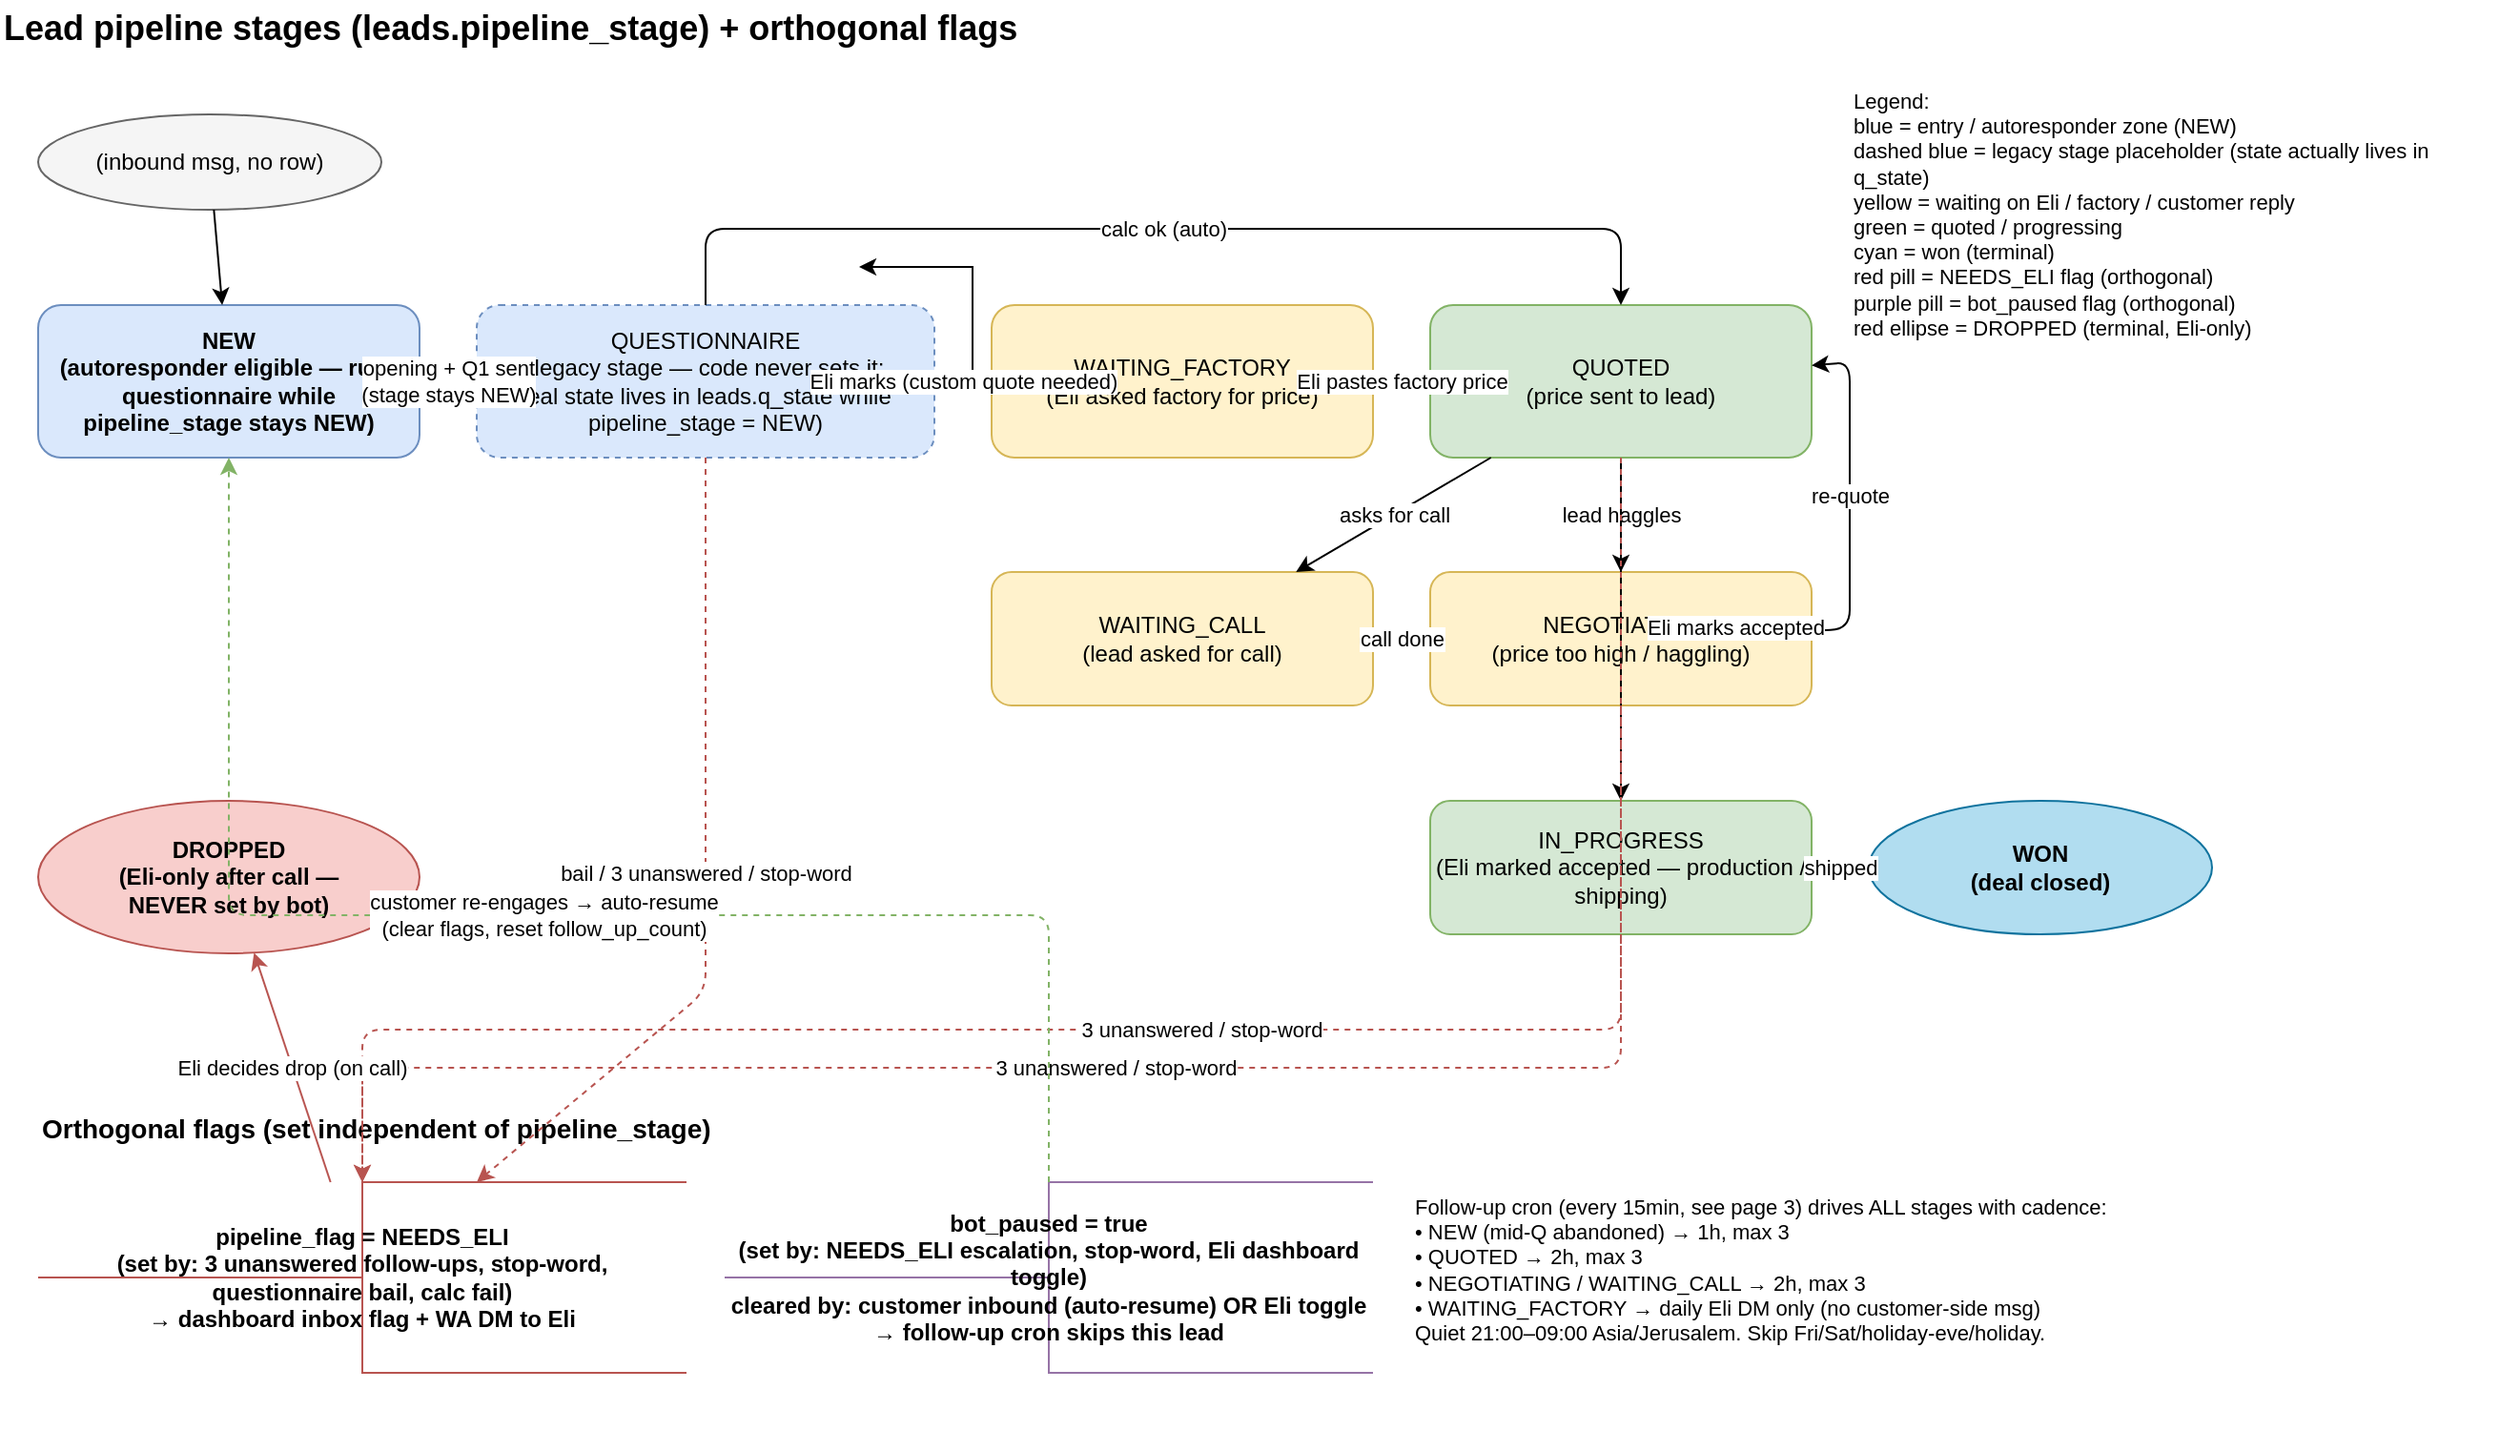
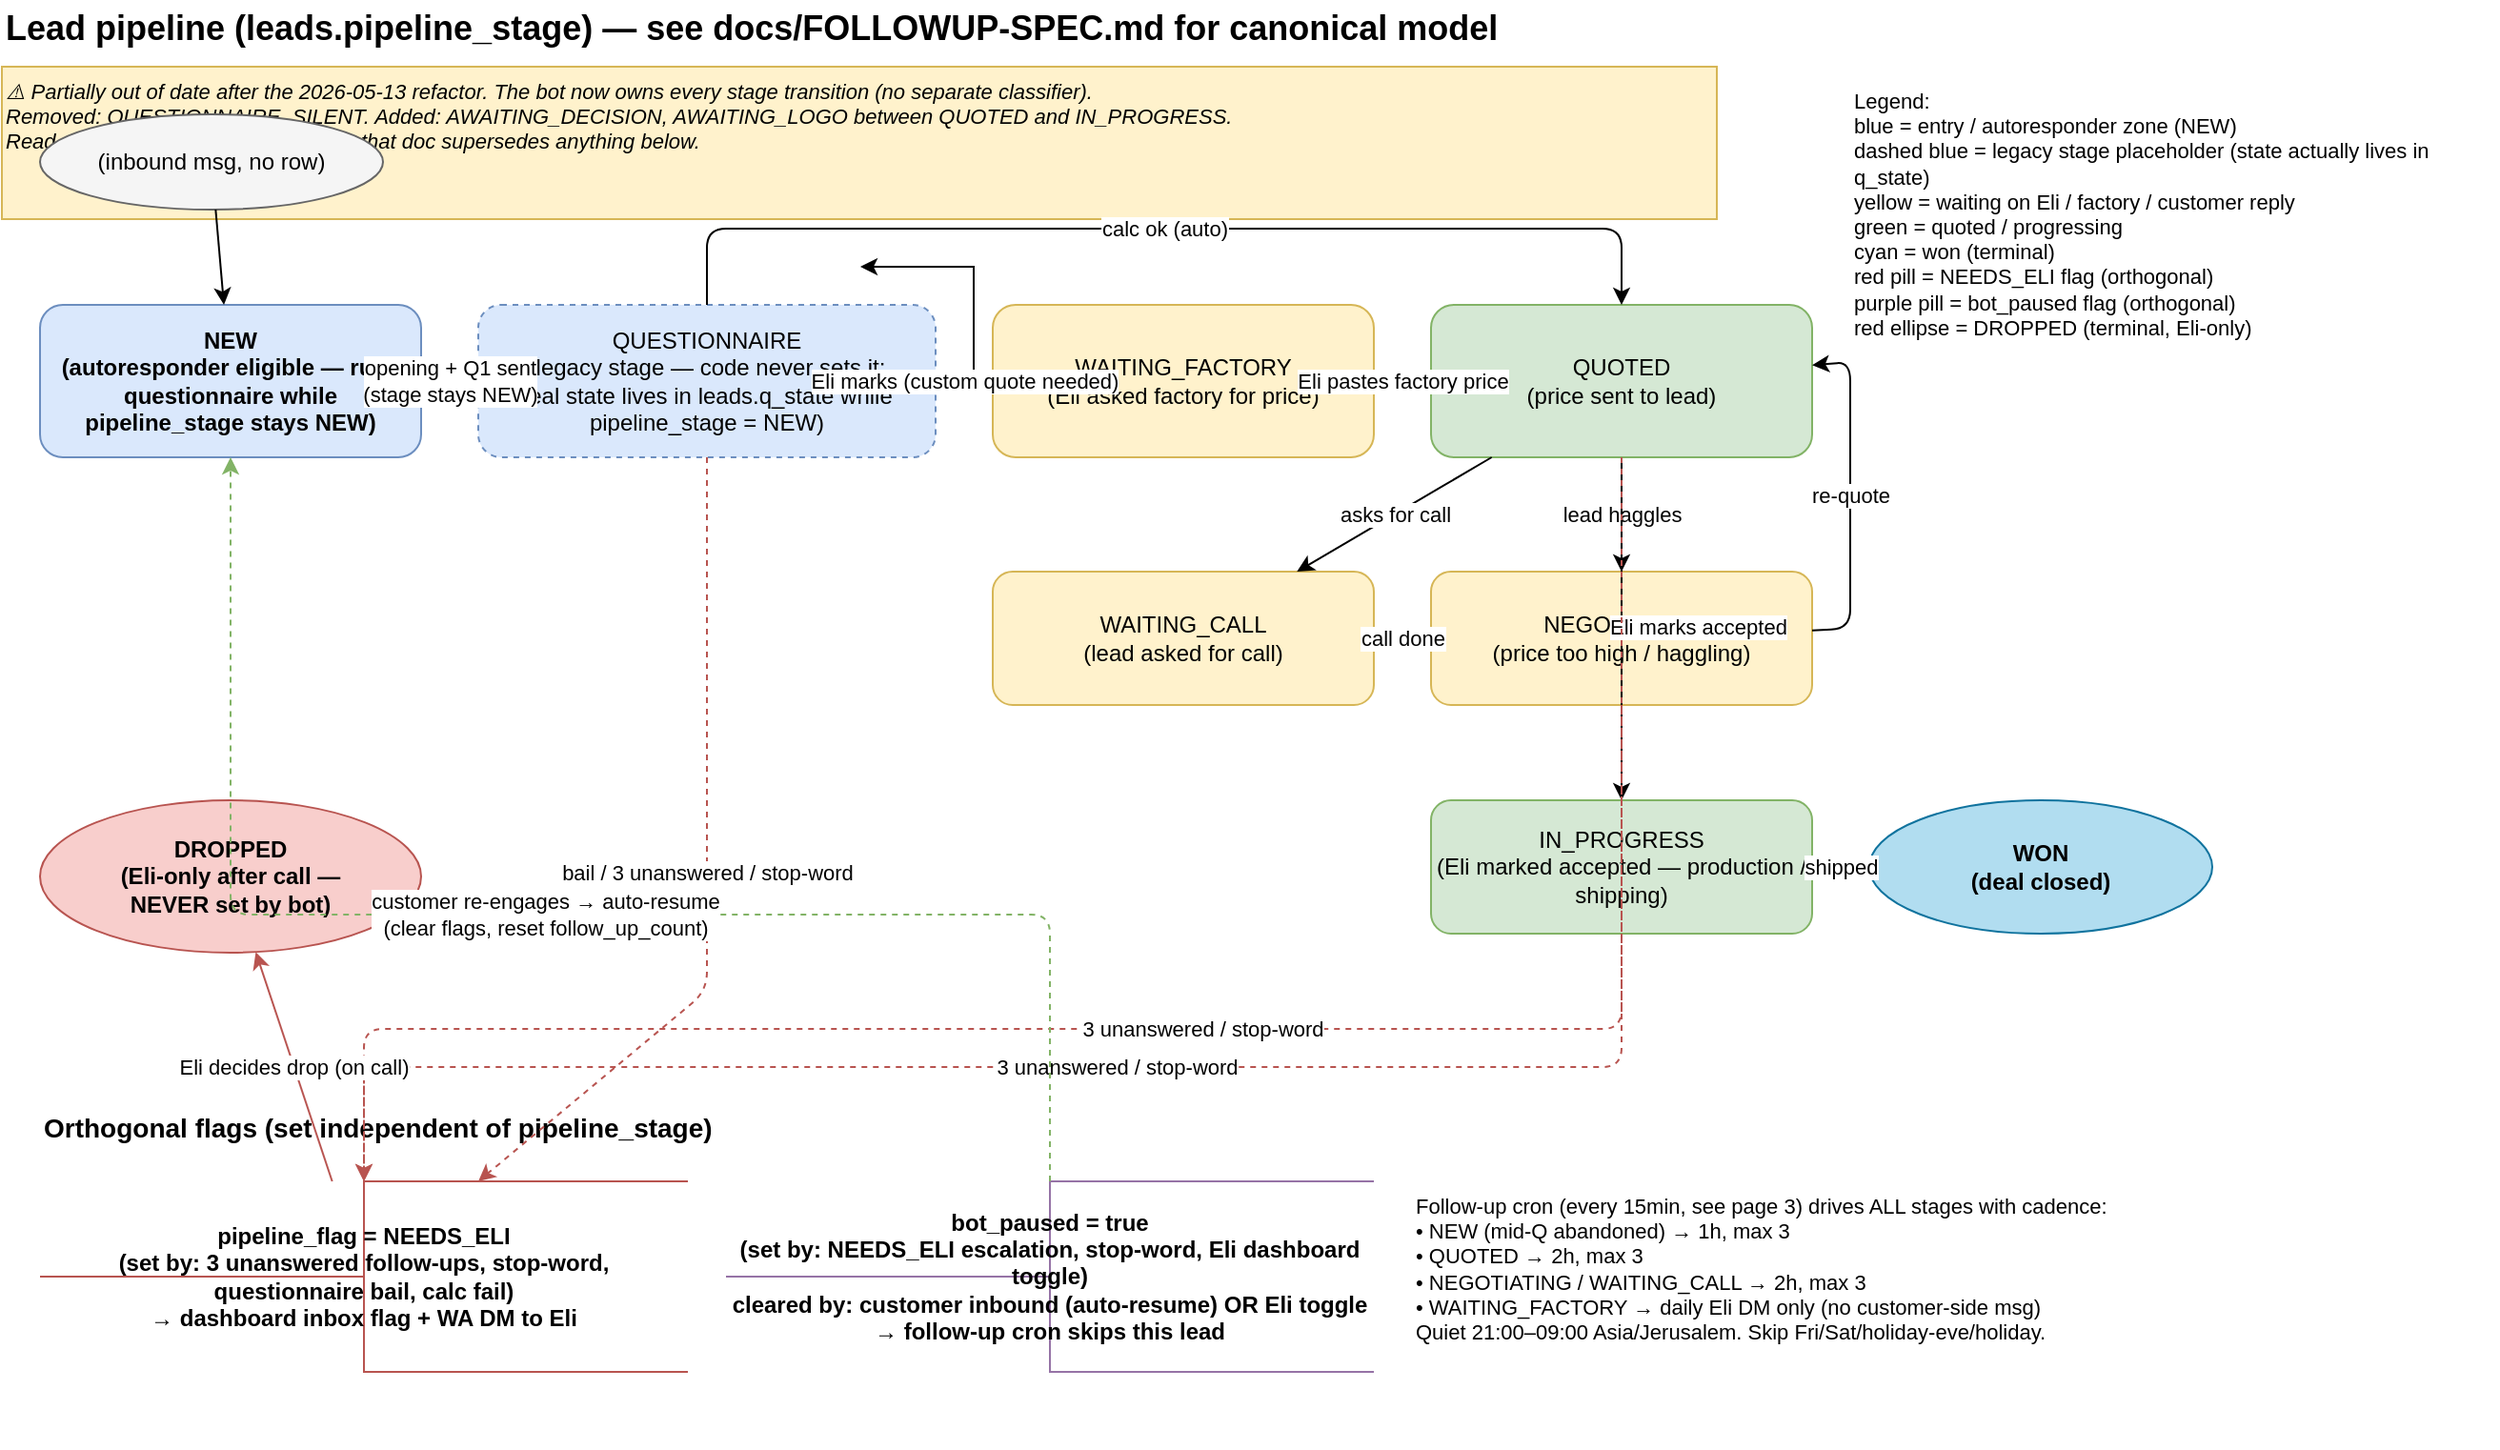
<mxfile host="app.diagrams.net" pages="3">
  <diagram name="Pipeline stages" id="pipeline">
    <mxGraphModel dx="1914" dy="642" grid="1" gridSize="10" guides="1" tooltips="1" connect="1" arrows="1" fold="1" page="1" pageScale="1" pageWidth="1400" pageHeight="900" math="0" shadow="0">
      <root>
        <mxCell id="0" />
        <mxCell id="1" parent="0" />
-         <mxCell id="title" parent="1" style="text;html=1;align=left;verticalAlign=middle;fontSize=18;fontStyle=1" value="Lead pipeline stages (leads.pipeline_stage) + orthogonal flags" vertex="1">
-           <mxGeometry height="30" width="900" x="40" y="20" as="geometry" />
+         <mxCell id="title" parent="1" style="text;html=1;align=left;verticalAlign=middle;fontSize=18;fontStyle=1" value="Lead pipeline (leads.pipeline_stage) — see docs/FOLLOWUP-SPEC.md for canonical model" vertex="1">
+           <mxGeometry height="30" width="1100" x="40" y="20" as="geometry" />
+         </mxCell>
+         <mxCell id="staleNote" parent="1" style="text;html=1;align=left;verticalAlign=top;fontSize=11;fontStyle=2;fillColor=#fff2cc;strokeColor=#d6b656;whiteSpace=wrap" value="⚠️ Partially out of date after the 2026-05-13 refactor. The bot now owns every stage transition (no separate classifier).&#xa;Removed: QUESTIONNAIRE, SILENT. Added: AWAITING_DECISION, AWAITING_LOGO between QUOTED and IN_PROGRESS.&#xa;Read docs/FOLLOWUP-SPEC.md — that doc supersedes anything below." vertex="1">
+           <mxGeometry height="80" width="900" x="40" y="55" as="geometry" />
        </mxCell>
        <mxCell id="start" parent="1" style="ellipse;whiteSpace=wrap;html=1;fillColor=#f5f5f5;strokeColor=#666666;" value="(inbound msg, no row)" vertex="1">
          <mxGeometry height="50" width="180" x="60" y="80" as="geometry" />
        </mxCell>
        <mxCell id="new" parent="1" style="rounded=1;whiteSpace=wrap;html=1;fillColor=#dae8fc;strokeColor=#6c8ebf;fontStyle=1" value="NEW&#xa;(autoresponder eligible — runs questionnaire while pipeline_stage stays NEW)" vertex="1">
          <mxGeometry height="80" width="200" x="60" y="180" as="geometry" />
        </mxCell>
        <mxCell id="N9cSt3JBm1Zua05FMt8O-1" edge="1" parent="1" source="qst" style="edgeStyle=orthogonalEdgeStyle;rounded=0;orthogonalLoop=1;jettySize=auto;html=1;exitX=1;exitY=0.5;exitDx=0;exitDy=0;">
          <mxGeometry relative="1" as="geometry">
            <mxPoint x="490" y="160.0000000000001" as="targetPoint" />
          </mxGeometry>
        </mxCell>
        <mxCell id="qst" parent="1" style="rounded=1;whiteSpace=wrap;html=1;fillColor=#dae8fc;strokeColor=#6c8ebf;dashed=1;" value="QUESTIONNAIRE&#xa;(legacy stage — code never sets it;&#xa;real state lives in leads.q_state while pipeline_stage = NEW)" vertex="1">
          <mxGeometry height="80" width="240" x="290" y="180" as="geometry" />
        </mxCell>
        <mxCell id="wfact" parent="1" style="rounded=1;whiteSpace=wrap;html=1;fillColor=#fff2cc;strokeColor=#d6b656;" value="WAITING_FACTORY&#xa;(Eli asked factory for price)" vertex="1">
          <mxGeometry height="80" width="200" x="560" y="180" as="geometry" />
        </mxCell>
        <mxCell id="quoted" parent="1" style="rounded=1;whiteSpace=wrap;html=1;fillColor=#d5e8d4;strokeColor=#82b366;" value="QUOTED&#xa;(price sent to lead)" vertex="1">
          <mxGeometry height="80" width="200" x="790" y="180" as="geometry" />
        </mxCell>
        <mxCell id="neg" parent="1" style="rounded=1;whiteSpace=wrap;html=1;fillColor=#fff2cc;strokeColor=#d6b656;" value="NEGOTIATING&#xa;(price too high / haggling)" vertex="1">
          <mxGeometry height="70" width="200" x="790" y="320" as="geometry" />
        </mxCell>
        <mxCell id="wcall" parent="1" style="rounded=1;whiteSpace=wrap;html=1;fillColor=#fff2cc;strokeColor=#d6b656;" value="WAITING_CALL&#xa;(lead asked for call)" vertex="1">
          <mxGeometry height="70" width="200" x="560" y="320" as="geometry" />
        </mxCell>
        <mxCell id="prog" parent="1" style="rounded=1;whiteSpace=wrap;html=1;fillColor=#d5e8d4;strokeColor=#82b366;" value="IN_PROGRESS&#xa;(Eli marked accepted — production / shipping)" vertex="1">
          <mxGeometry height="70" width="200" x="790" y="440" as="geometry" />
        </mxCell>
        <mxCell id="won" parent="1" style="ellipse;whiteSpace=wrap;html=1;fillColor=#b1ddf0;strokeColor=#10739e;fontStyle=1" value="WON&#xa;(deal closed)" vertex="1">
          <mxGeometry height="70" width="180" x="1020" y="440" as="geometry" />
        </mxCell>
        <mxCell id="dropped" parent="1" style="ellipse;whiteSpace=wrap;html=1;fillColor=#f8cecc;strokeColor=#b85450;fontStyle=1" value="DROPPED&#xa;(Eli-only after call —&#xa;NEVER set by bot)" vertex="1">
          <mxGeometry height="80" width="200" x="60" y="440" as="geometry" />
        </mxCell>
        <mxCell id="flagsheader" parent="1" style="text;html=1;align=left;verticalAlign=middle;fontSize=14;fontStyle=1" value="Orthogonal flags (set independent of pipeline_stage)" vertex="1">
          <mxGeometry height="24" width="500" x="60" y="600" as="geometry" />
        </mxCell>
        <mxCell id="needsEli" parent="1" style="rounded=1;whiteSpace=wrap;html=1;fillColor=#f8cecc;strokeColor=#b85450;fontStyle=1;shape=mxgraph.flowchart.annotation_2;" value="pipeline_flag = NEEDS_ELI&#xa;(set by: 3 unanswered follow-ups, stop-word,&#xa;questionnaire bail, calc fail)&#xa;→ dashboard inbox flag + WA DM to Eli" vertex="1">
          <mxGeometry height="100" width="340" x="60" y="640" as="geometry" />
        </mxCell>
        <mxCell id="botPaused" parent="1" style="rounded=1;whiteSpace=wrap;html=1;fillColor=#e1d5e7;strokeColor=#9673a6;fontStyle=1;shape=mxgraph.flowchart.annotation_2;" value="bot_paused = true&#xa;(set by: NEEDS_ELI escalation, stop-word, Eli dashboard toggle)&#xa;cleared by: customer inbound (auto-resume) OR Eli toggle&#xa;→ follow-up cron skips this lead" vertex="1">
          <mxGeometry height="100" width="340" x="420" y="640" as="geometry" />
        </mxCell>
        <mxCell id="followupNote" parent="1" style="text;html=1;align=left;verticalAlign=top;fontSize=11;whiteSpace=wrap;" value="Follow-up cron (every 15min, see page 3) drives ALL stages with cadence:&#xa;• NEW (mid-Q abandoned) → 1h, max 3&#xa;• QUOTED → 2h, max 3&#xa;• NEGOTIATING / WAITING_CALL → 2h, max 3&#xa;• WAITING_FACTORY → daily Eli DM only (no customer-side msg)&#xa;Quiet 21:00–09:00 Asia/Jerusalem. Skip Fri/Sat/holiday-eve/holiday." vertex="1">
          <mxGeometry height="140" width="500" x="780" y="640" as="geometry" />
        </mxCell>
        <mxCell id="e1" edge="1" parent="1" source="start" style="endArrow=classic;html=1;" target="new">
          <mxGeometry relative="1" as="geometry" />
        </mxCell>
        <mxCell id="e2" edge="1" parent="1" source="new" style="endArrow=classic;html=1;dashed=1;" target="qst" value="opening + Q1 sent&#xa;(stage stays NEW)">
          <mxGeometry relative="1" as="geometry" />
        </mxCell>
        <mxCell id="e3" edge="1" parent="1" source="qst" style="endArrow=classic;html=1;" target="wfact" value="Eli marks (custom quote needed)">
          <mxGeometry relative="1" as="geometry" />
        </mxCell>
        <mxCell id="e3b" edge="1" parent="1" source="qst" style="endArrow=classic;html=1;" target="quoted" value="calc ok (auto)">
          <mxGeometry relative="1" as="geometry">
            <Array as="points">
              <mxPoint x="410" y="140" />
              <mxPoint x="890" y="140" />
            </Array>
          </mxGeometry>
        </mxCell>
        <mxCell id="e4" edge="1" parent="1" source="wfact" style="endArrow=classic;html=1;" target="quoted" value="Eli pastes factory price">
          <mxGeometry relative="1" as="geometry" />
        </mxCell>
        <mxCell id="e5" edge="1" parent="1" source="quoted" style="endArrow=classic;html=1;" target="neg" value="lead haggles">
          <mxGeometry relative="1" as="geometry" />
        </mxCell>
        <mxCell id="e6" edge="1" parent="1" source="neg" style="endArrow=classic;html=1;" target="quoted" value="re-quote">
          <mxGeometry relative="1" as="geometry">
            <Array as="points">
              <mxPoint x="1010" y="350" />
              <mxPoint x="1010" y="210" />
            </Array>
          </mxGeometry>
        </mxCell>
        <mxCell id="e7" edge="1" parent="1" source="quoted" style="endArrow=classic;html=1;" target="wcall" value="asks for call">
          <mxGeometry relative="1" as="geometry" />
        </mxCell>
        <mxCell id="e8" edge="1" parent="1" source="wcall" style="endArrow=classic;html=1;" target="neg" value="call done">
          <mxGeometry relative="1" as="geometry" />
        </mxCell>
        <mxCell id="e9" edge="1" parent="1" source="quoted" style="endArrow=classic;html=1;" target="prog" value="Eli marks accepted">
-           <mxGeometry relative="1" y="60" as="geometry">
+           <mxGeometry relative="1" y="40" as="geometry">
            <mxPoint y="-1" as="offset" />
          </mxGeometry>
        </mxCell>
        <mxCell id="e10" edge="1" parent="1" source="prog" style="endArrow=classic;html=1;" target="won" value="shipped">
          <mxGeometry relative="1" as="geometry" />
        </mxCell>
        <mxCell id="eFlagFromQst" edge="1" parent="1" source="qst" style="endArrow=classic;html=1;dashed=1;strokeColor=#b85450;" target="needsEli" value="bail / 3 unanswered / stop-word">
          <mxGeometry relative="1" as="geometry">
            <Array as="points">
              <mxPoint x="410" y="540" />
            </Array>
          </mxGeometry>
        </mxCell>
        <mxCell id="eFlagFromQuoted" edge="1" parent="1" source="quoted" style="endArrow=classic;html=1;dashed=1;strokeColor=#b85450;" target="needsEli" value="3 unanswered / stop-word">
          <mxGeometry relative="1" as="geometry">
            <Array as="points">
              <mxPoint x="890" y="560" />
              <mxPoint x="230" y="560" />
            </Array>
          </mxGeometry>
        </mxCell>
        <mxCell id="eFlagFromNeg" edge="1" parent="1" source="neg" style="endArrow=classic;html=1;dashed=1;strokeColor=#b85450;" target="needsEli" value="3 unanswered / stop-word">
          <mxGeometry relative="1" as="geometry">
            <Array as="points">
              <mxPoint x="890" y="580" />
              <mxPoint x="230" y="580" />
            </Array>
          </mxGeometry>
        </mxCell>
        <mxCell id="eNeedsToDropped" edge="1" parent="1" source="needsEli" style="endArrow=classic;html=1;strokeColor=#b85450;" target="dropped" value="Eli decides drop (on call)">
          <mxGeometry relative="1" as="geometry" />
        </mxCell>
        <mxCell id="eResume" edge="1" parent="1" source="botPaused" style="endArrow=classic;html=1;dashed=1;strokeColor=#82b366;" target="new" value="customer re-engages → auto-resume&#xa;(clear flags, reset follow_up_count)">
          <mxGeometry relative="1" as="geometry">
            <Array as="points">
              <mxPoint x="590" y="500" />
              <mxPoint x="160" y="500" />
            </Array>
          </mxGeometry>
        </mxCell>
        <mxCell id="legend" parent="1" style="text;html=1;align=left;verticalAlign=top;fontSize=11;whiteSpace=wrap;" value="Legend:&#xa;blue = entry / autoresponder zone (NEW)&#xa;dashed blue = legacy stage placeholder (state actually lives in q_state)&#xa;yellow = waiting on Eli / factory / customer reply&#xa;green = quoted / progressing&#xa;cyan = won (terminal)&#xa;red pill = NEEDS_ELI flag (orthogonal)&#xa;purple pill = bot_paused flag (orthogonal)&#xa;red ellipse = DROPPED (terminal, Eli-only)" vertex="1">
          <mxGeometry height="180" width="340" x="1010" y="60" as="geometry" />
        </mxCell>
      </root>
    </mxGraphModel>
  </diagram>
  <diagram name="Questionnaire sub-states (q_state.step)" id="questionnaire">
    <mxGraphModel dx="1422" dy="757" grid="1" gridSize="10" guides="1" tooltips="1" connect="1" arrows="1" fold="1" page="1" pageScale="1" pageWidth="1169" pageHeight="826" math="0" shadow="0">
      <root>
        <mxCell id="0" />
        <mxCell id="1" parent="0" />
        <mxCell id="qtitle" value="Auto-responder questionnaire (leads.q_state, pipeline_stage IN (NULL, NEW))" style="text;html=1;align=left;verticalAlign=middle;fontSize=18;fontStyle=1" vertex="1" parent="1">
          <mxGeometry x="40" y="20" width="900" height="30" as="geometry" />
        </mxCell>
        <mxCell id="qstart" value="inbound, no q_state" style="ellipse;whiteSpace=wrap;html=1;fillColor=#f5f5f5;strokeColor=#666666;" vertex="1" parent="1">
          <mxGeometry x="60" y="80" width="180" height="50" as="geometry" />
        </mxCell>
        <mxCell id="s3" value="step 3&#xa;asked shipping" style="rounded=1;whiteSpace=wrap;html=1;fillColor=#dae8fc;strokeColor=#6c8ebf;" vertex="1" parent="1">
          <mxGeometry x="60" y="180" width="160" height="60" as="geometry" />
        </mxCell>
        <mxCell id="s4" value="step 4&#xa;asked quantity" style="rounded=1;whiteSpace=wrap;html=1;fillColor=#dae8fc;strokeColor=#6c8ebf;" vertex="1" parent="1">
          <mxGeometry x="260" y="180" width="160" height="60" as="geometry" />
        </mxCell>
        <mxCell id="s5" value="step 5&#xa;asked product" style="rounded=1;whiteSpace=wrap;html=1;fillColor=#dae8fc;strokeColor=#6c8ebf;" vertex="1" parent="1">
          <mxGeometry x="460" y="180" width="160" height="60" as="geometry" />
        </mxCell>
        <mxCell id="s6" value="step 6&#xa;asked handles" style="rounded=1;whiteSpace=wrap;html=1;fillColor=#dae8fc;strokeColor=#6c8ebf;" vertex="1" parent="1">
          <mxGeometry x="660" y="180" width="160" height="60" as="geometry" />
        </mxCell>
        <mxCell id="s7" value="step 7&#xa;asked colors" style="rounded=1;whiteSpace=wrap;html=1;fillColor=#dae8fc;strokeColor=#6c8ebf;" vertex="1" parent="1">
          <mxGeometry x="860" y="180" width="160" height="60" as="geometry" />
        </mxCell>
        <mxCell id="s8" value="step 8&#xa;calling calc API" style="rounded=1;whiteSpace=wrap;html=1;fillColor=#fff2cc;strokeColor=#d6b656;" vertex="1" parent="1">
          <mxGeometry x="860" y="300" width="160" height="60" as="geometry" />
        </mxCell>
        <mxCell id="s9" value="step 9 / doneAt&#xa;quote sent&#xa;→ pipeline_stage=QUOTED" style="ellipse;whiteSpace=wrap;html=1;fillColor=#d5e8d4;strokeColor=#82b366;fontStyle=1" vertex="1" parent="1">
          <mxGeometry x="860" y="420" width="180" height="70" as="geometry" />
        </mxCell>
        <mxCell id="reask" value="re-ask&#xa;(unmatchedAt=1)" style="rhombus;whiteSpace=wrap;html=1;fillColor=#ffe6cc;strokeColor=#d79b00;" vertex="1" parent="1">
          <mxGeometry x="380" y="400" width="160" height="80" as="geometry" />
        </mxCell>
        <mxCell id="bailed" value="bailed=true&#xa;handoff to Eli" style="ellipse;whiteSpace=wrap;html=1;fillColor=#f8cecc;strokeColor=#b85450;fontStyle=1" vertex="1" parent="1">
          <mxGeometry x="60" y="420" width="180" height="70" as="geometry" />
        </mxCell>
        <mxCell id="q1" value="send OPENING + Q1" style="endArrow=classic;html=1;" edge="1" parent="1" source="qstart" target="s3">
          <mxGeometry relative="1" as="geometry" />
        </mxCell>
        <mxCell id="q2" value="match" style="endArrow=classic;html=1;" edge="1" parent="1" source="s3" target="s4">
          <mxGeometry relative="1" as="geometry" />
        </mxCell>
        <mxCell id="q3" value="match" style="endArrow=classic;html=1;" edge="1" parent="1" source="s4" target="s5">
          <mxGeometry relative="1" as="geometry" />
        </mxCell>
        <mxCell id="q4" value="match" style="endArrow=classic;html=1;" edge="1" parent="1" source="s5" target="s6">
          <mxGeometry relative="1" as="geometry" />
        </mxCell>
        <mxCell id="q5" value="match" style="endArrow=classic;html=1;" edge="1" parent="1" source="s6" target="s7">
          <mxGeometry relative="1" as="geometry" />
        </mxCell>
        <mxCell id="q6" value="match" style="endArrow=classic;html=1;" edge="1" parent="1" source="s7" target="s8">
          <mxGeometry relative="1" as="geometry" />
        </mxCell>
        <mxCell id="q7" value="calc ok" style="endArrow=classic;html=1;" edge="1" parent="1" source="s8" target="s9">
          <mxGeometry relative="1" as="geometry" />
        </mxCell>
        <mxCell id="qr1" value="unmatched #1" style="endArrow=classic;html=1;strokeColor=#d79b00;dashed=1;" edge="1" parent="1" source="s3" target="reask">
          <mxGeometry relative="1" as="geometry" />
        </mxCell>
        <mxCell id="qr2" style="endArrow=classic;html=1;strokeColor=#d79b00;dashed=1;" edge="1" parent="1" source="s4" target="reask">
          <mxGeometry relative="1" as="geometry" />
        </mxCell>
        <mxCell id="qr3" style="endArrow=classic;html=1;strokeColor=#d79b00;dashed=1;" edge="1" parent="1" source="s5" target="reask">
          <mxGeometry relative="1" as="geometry" />
        </mxCell>
        <mxCell id="qr4" style="endArrow=classic;html=1;strokeColor=#d79b00;dashed=1;" edge="1" parent="1" source="s6" target="reask">
          <mxGeometry relative="1" as="geometry" />
        </mxCell>
        <mxCell id="qr5" style="endArrow=classic;html=1;strokeColor=#d79b00;dashed=1;" edge="1" parent="1" source="s7" target="reask">
          <mxGeometry relative="1" as="geometry" />
        </mxCell>
        <mxCell id="qrback" value="match next inbound (stays on same step)" style="endArrow=classic;html=1;strokeColor=#d79b00;" edge="1" parent="1" source="reask" target="s5">
          <mxGeometry relative="1" as="geometry" />
        </mxCell>
        <mxCell id="qbail1" value="unmatched #2" style="endArrow=classic;html=1;strokeColor=#b85450;" edge="1" parent="1" source="reask" target="bailed">
          <mxGeometry relative="1" as="geometry" />
        </mxCell>
        <mxCell id="qbail2" value="calc fail" style="endArrow=classic;html=1;strokeColor=#b85450;" edge="1" parent="1" source="s8" target="bailed">
          <mxGeometry relative="1" as="geometry">
            <Array as="points">
              <mxPoint x="600" y="330" />
              <mxPoint x="600" y="455" />
            </Array>
          </mxGeometry>
        </mxCell>
        <mxCell id="qlegend" value="Notes:&#xa;• state lives in leads.q_state JSONB&#xa;• runs ONLY when pipeline_stage IN (NULL, NEW) — Eli&#39;s in-flight conversations are NOT hijacked&#xa;• bailed=true OR doneAt set → autoresponder is no_op forever after&#xa;• re-ask box is logical, not a separate step — q_state.step stays put, only unmatchedAt increments" style="text;html=1;align=left;verticalAlign=top;fontSize=11;whiteSpace=wrap;" vertex="1" parent="1">
          <mxGeometry x="60" y="540" width="900" height="120" as="geometry" />
        </mxCell>
      </root>
    </mxGraphModel>
  </diagram>
  <diagram name="Follow-up engine" id="followup">
    <mxGraphModel dx="1422" dy="757" grid="1" gridSize="10" guides="1" tooltips="1" connect="1" arrows="1" fold="1" page="1" pageScale="1" pageWidth="1400" pageHeight="900" math="0" shadow="0">
      <root>
        <mxCell id="0" />
        <mxCell id="1" parent="0" />
        <mxCell id="ftitle" value="Follow-up engine — /api/bot/followups (every 15 min)" style="text;html=1;align=left;verticalAlign=middle;fontSize=18;fontStyle=1" vertex="1" parent="1">
          <mxGeometry x="40" y="20" width="900" height="30" as="geometry" />
        </mxCell>
        <mxCell id="cron" value="cron tick (15 min)" style="ellipse;whiteSpace=wrap;html=1;fillColor=#f5f5f5;strokeColor=#666666;" vertex="1" parent="1">
          <mxGeometry x="60" y="80" width="160" height="50" as="geometry" />
        </mxCell>
        <mxCell id="gate1" value="quiet hours?&#xa;21:00 → 09:00 Asia/Jerusalem" style="rhombus;whiteSpace=wrap;html=1;fillColor=#ffe6cc;strokeColor=#d79b00;" vertex="1" parent="1">
          <mxGeometry x="280" y="70" width="220" height="80" as="geometry" />
        </mxCell>
        <mxCell id="gate2" value="no-send day?&#xa;Fri / Sat / holiday eve / holiday&#xa;(Hebcal)" style="rhombus;whiteSpace=wrap;html=1;fillColor=#ffe6cc;strokeColor=#d79b00;" vertex="1" parent="1">
          <mxGeometry x="560" y="70" width="240" height="100" as="geometry" />
        </mxCell>
        <mxCell id="skip" value="skip tick&#xa;(do nothing)" style="rounded=1;whiteSpace=wrap;html=1;fillColor=#f5f5f5;strokeColor=#999999;" vertex="1" parent="1">
          <mxGeometry x="430" y="220" width="160" height="50" as="geometry" />
        </mxCell>
        <mxCell id="select" value="SELECT leads&#xa;WHERE NOT bot_paused&#xa;  AND pipeline_stage IN (NEW, QUESTIONNAIRE, QUOTED, NEGOTIATING, WAITING_CALL)&#xa;  AND last_follow_up_at + cadence(stage) &lt; now()&#xa;  AND follow_up_count &lt; 3" style="rounded=1;whiteSpace=wrap;html=1;fillColor=#dae8fc;strokeColor=#6c8ebf;" vertex="1" parent="1">
          <mxGeometry x="860" y="60" width="480" height="100" as="geometry" />
        </mxCell>
        <mxCell id="loop" value="for each lead →" style="text;html=1;align=center;fontStyle=2" vertex="1" parent="1">
          <mxGeometry x="900" y="180" width="400" height="20" as="geometry" />
        </mxCell>
        <mxCell id="stopcheck" value="(handled in webhook, not cron)&#xa;inbound stop-word → bot_paused=true,&#xa;NEEDS_ELI flag, DM Eli" style="text;html=1;align=left;fontSize=10;fontStyle=2;fillColor=#fff2cc;strokeColor=#d6b656" vertex="1" parent="1">
          <mxGeometry x="40" y="500" width="300" height="60" as="geometry" />
        </mxCell>
        <mxCell id="stage" value="branch on lead.pipeline_stage" style="rhombus;whiteSpace=wrap;html=1;fillColor=#ffe6cc;strokeColor=#d79b00;" vertex="1" parent="1">
          <mxGeometry x="1000" y="220" width="200" height="60" as="geometry" />
        </mxCell>
        <mxCell id="midq" value="QUESTIONNAIRE&#xa;cadence: every 1h&#xa;template: &#39;ראיתי שהתחלנו...&#39;" style="rounded=1;whiteSpace=wrap;html=1;fillColor=#dae8fc;strokeColor=#6c8ebf;" vertex="1" parent="1">
          <mxGeometry x="60" y="320" width="220" height="80" as="geometry" />
        </mxCell>
        <mxCell id="quoted" value="QUOTED&#xa;cadence: every 2h&#xa;template: &#39;מה דעתך על ההצעה?&#39;" style="rounded=1;whiteSpace=wrap;html=1;fillColor=#d5e8d4;strokeColor=#82b366;" vertex="1" parent="1">
          <mxGeometry x="320" y="320" width="220" height="80" as="geometry" />
        </mxCell>
        <mxCell id="negot" value="NEGOTIATING / WAITING_CALL&#xa;cadence: every 2h&#xa;template: &#39;רוצה לסגור פרטים?&#39;" style="rounded=1;whiteSpace=wrap;html=1;fillColor=#fff2cc;strokeColor=#d6b656;" vertex="1" parent="1">
          <mxGeometry x="580" y="320" width="240" height="80" as="geometry" />
        </mxCell>
        <mxCell id="factwait" value="WAITING_FACTORY&#xa;cadence: daily&#xa;ELI-ONLY DM&#xa;&#39;ליד X מחכה Y ימים לציטוט&#39;" style="rounded=1;whiteSpace=wrap;html=1;fillColor=#e1d5e7;strokeColor=#9673a6;" vertex="1" parent="1">
          <mxGeometry x="860" y="320" width="240" height="80" as="geometry" />
        </mxCell>
        <mxCell id="send" value="sendBridgeMessage(jid, template)&#xa;UPDATE leads SET&#xa;  follow_up_count += 1,&#xa;  last_follow_up_at = now()" style="rounded=1;whiteSpace=wrap;html=1;fillColor=#dae8fc;strokeColor=#6c8ebf;" vertex="1" parent="1">
          <mxGeometry x="320" y="460" width="320" height="80" as="geometry" />
        </mxCell>
        <mxCell id="check3" value="follow_up_count &gt;= 3?" style="rhombus;whiteSpace=wrap;html=1;fillColor=#ffe6cc;strokeColor=#d79b00;" vertex="1" parent="1">
          <mxGeometry x="700" y="460" width="180" height="80" as="geometry" />
        </mxCell>
        <mxCell id="escalate" value="ESCALATE&#xa;• pipeline_flag = NEEDS_ELI&#xa;• bot_paused = true&#xa;• WA DM to ELI_NOTIFY_JID&#xa;• dashboard inbox flag" style="rounded=1;whiteSpace=wrap;html=1;fillColor=#f8cecc;strokeColor=#b85450;fontStyle=1" vertex="1" parent="1">
          <mxGeometry x="940" y="450" width="280" height="100" as="geometry" />
        </mxCell>
        <mxCell id="resume" value="customer inbound&#xa;(webhook side, not cron)&#xa;• follow_up_count = 0&#xa;• bot_paused = false (auto-resume)&#xa;• re-enter loop next tick" style="rounded=1;whiteSpace=wrap;html=1;fillColor=#d5e8d4;strokeColor=#82b366;dashed=1" vertex="1" parent="1">
          <mxGeometry x="940" y="600" width="280" height="100" as="geometry" />
        </mxCell>
        <mxCell id="manualpause" value="Eli &quot;pause bot&quot; toggle&#xa;in /dashboard/v2&#xa;sets bot_paused = true&#xa;(out-of-band override)" style="rounded=1;whiteSpace=wrap;html=1;fillColor=#f5f5f5;strokeColor=#666666;dashed=1" vertex="1" parent="1">
          <mxGeometry x="40" y="600" width="240" height="80" as="geometry" />
        </mxCell>
        <mxCell id="fe1" style="endArrow=classic;html=1;" edge="1" parent="1" source="cron" target="gate1">
          <mxGeometry relative="1" as="geometry" />
        </mxCell>
        <mxCell id="fe2" value="no" style="endArrow=classic;html=1;" edge="1" parent="1" source="gate1" target="gate2">
          <mxGeometry relative="1" as="geometry" />
        </mxCell>
        <mxCell id="fe3" value="yes" style="endArrow=classic;html=1;strokeColor=#999999" edge="1" parent="1" source="gate1" target="skip">
          <mxGeometry relative="1" as="geometry" />
        </mxCell>
        <mxCell id="fe4" value="yes" style="endArrow=classic;html=1;strokeColor=#999999" edge="1" parent="1" source="gate2" target="skip">
          <mxGeometry relative="1" as="geometry" />
        </mxCell>
        <mxCell id="fe5" value="no" style="endArrow=classic;html=1;" edge="1" parent="1" source="gate2" target="select">
          <mxGeometry relative="1" as="geometry" />
        </mxCell>
        <mxCell id="fe6" style="endArrow=classic;html=1;" edge="1" parent="1" source="select" target="stage">
          <mxGeometry relative="1" as="geometry" />
        </mxCell>
        <mxCell id="fe7" style="endArrow=classic;html=1;" edge="1" parent="1" source="stage" target="midq">
          <mxGeometry relative="1" as="geometry" />
        </mxCell>
        <mxCell id="fe8" style="endArrow=classic;html=1;" edge="1" parent="1" source="stage" target="quoted">
          <mxGeometry relative="1" as="geometry" />
        </mxCell>
        <mxCell id="fe9" style="endArrow=classic;html=1;" edge="1" parent="1" source="stage" target="negot">
          <mxGeometry relative="1" as="geometry" />
        </mxCell>
        <mxCell id="fe10" style="endArrow=classic;html=1;" edge="1" parent="1" source="stage" target="factwait">
          <mxGeometry relative="1" as="geometry" />
        </mxCell>
        <mxCell id="fe11" style="endArrow=classic;html=1;" edge="1" parent="1" source="midq" target="send">
          <mxGeometry relative="1" as="geometry" />
        </mxCell>
        <mxCell id="fe12" style="endArrow=classic;html=1;" edge="1" parent="1" source="quoted" target="send">
          <mxGeometry relative="1" as="geometry" />
        </mxCell>
        <mxCell id="fe13" style="endArrow=classic;html=1;" edge="1" parent="1" source="negot" target="send">
          <mxGeometry relative="1" as="geometry" />
        </mxCell>
        <mxCell id="fe14" value="(daily Eli DM, no customer send, no counter)" style="endArrow=classic;html=1;dashed=1;strokeColor=#9673a6" edge="1" parent="1" source="factwait" target="escalate">
          <mxGeometry relative="1" as="geometry">
            <Array as="points">
              <mxPoint x="980" y="420" />
            </Array>
          </mxGeometry>
        </mxCell>
        <mxCell id="fe15" style="endArrow=classic;html=1;" edge="1" parent="1" source="send" target="check3">
          <mxGeometry relative="1" as="geometry" />
        </mxCell>
        <mxCell id="fe16" value="yes" style="endArrow=classic;html=1;strokeColor=#b85450" edge="1" parent="1" source="check3" target="escalate">
          <mxGeometry relative="1" as="geometry" />
        </mxCell>
        <mxCell id="fe17" value="no &#xa;(wait next tick)" style="endArrow=classic;html=1;dashed=1" edge="1" parent="1" source="check3" target="cron">
          <mxGeometry relative="1" as="geometry">
            <Array as="points">
              <mxPoint x="790" y="660" />
              <mxPoint x="140" y="660" />
              <mxPoint x="140" y="150" />
            </Array>
          </mxGeometry>
        </mxCell>
        <mxCell id="fe18" value="customer inbound resets" style="endArrow=classic;html=1;dashed=1;strokeColor=#82b366" edge="1" parent="1" source="escalate" target="resume">
          <mxGeometry relative="1" as="geometry" />
        </mxCell>
        <mxCell id="flegend" value="Notes:&#xa;• cron at /api/bot/followups, every 15 minutes&#xa;• cadence = elapsed since last_follow_up_at exceeds stage threshold (1h / 2h / daily)&#xa;• counter resets on customer inbound (handled in /api/bridge/webhook, not here)&#xa;• stop-word in inbound text → escalate + pause immediately (webhook side)&#xa;• WAITING_FACTORY is Eli-only: customer is left in silence, Eli gets daily reminder to chase factory&#xa;• templates live in lib/messaging/templates.ts (deterministic strings; LLM polish later)" style="text;html=1;align=left;verticalAlign=top;fontSize=11;whiteSpace=wrap;" vertex="1" parent="1">
          <mxGeometry x="40" y="720" width="1200" height="120" as="geometry" />
        </mxCell>
      </root>
    </mxGraphModel>
  </diagram>
</mxfile>
